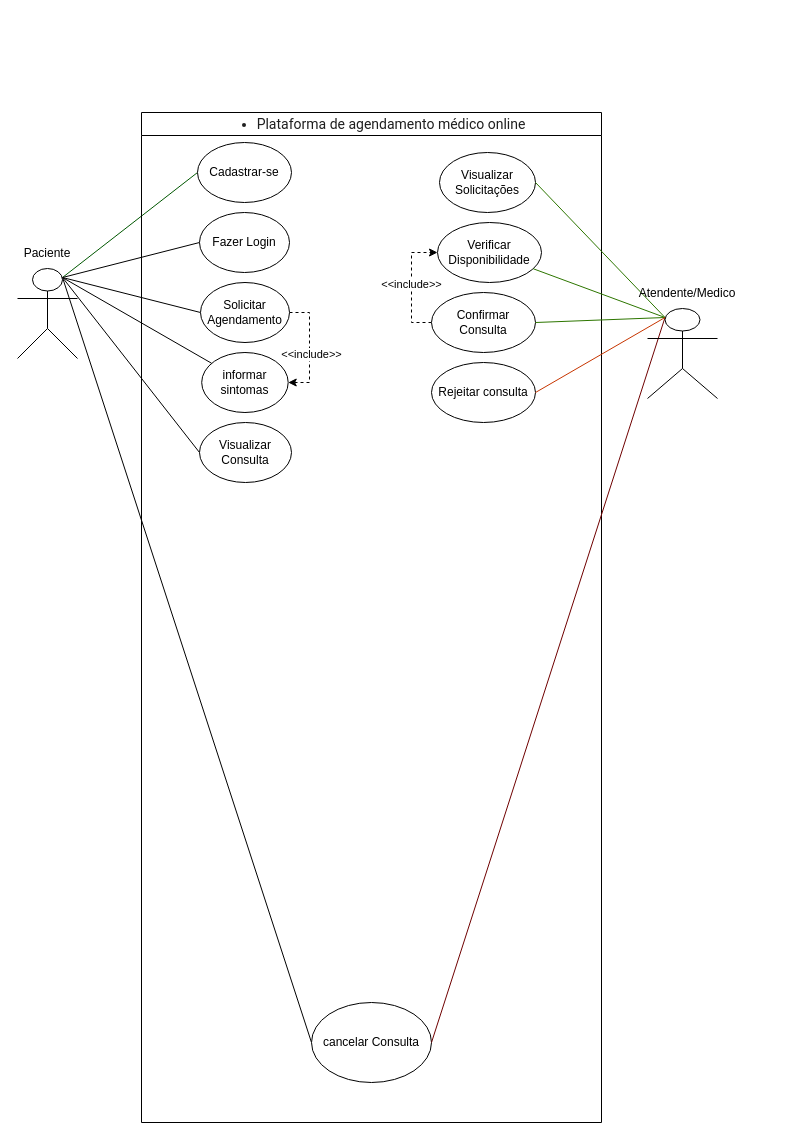
tailanf1/Aula-de-Diagrama-de-Casos-de-Uso keeps this draw.io diagram as Plataforma de agendamento médico onlin.drawio. Above is the earlier version. Source tidied: cells renumbered, new cells numbered last; positions are measured from the earlier drawing's top-left corner, leaving out a move shared by most shapes. Both pictures are drawn from the tidied source at 100%, with x=0, y=0 at pixel (17, 112).
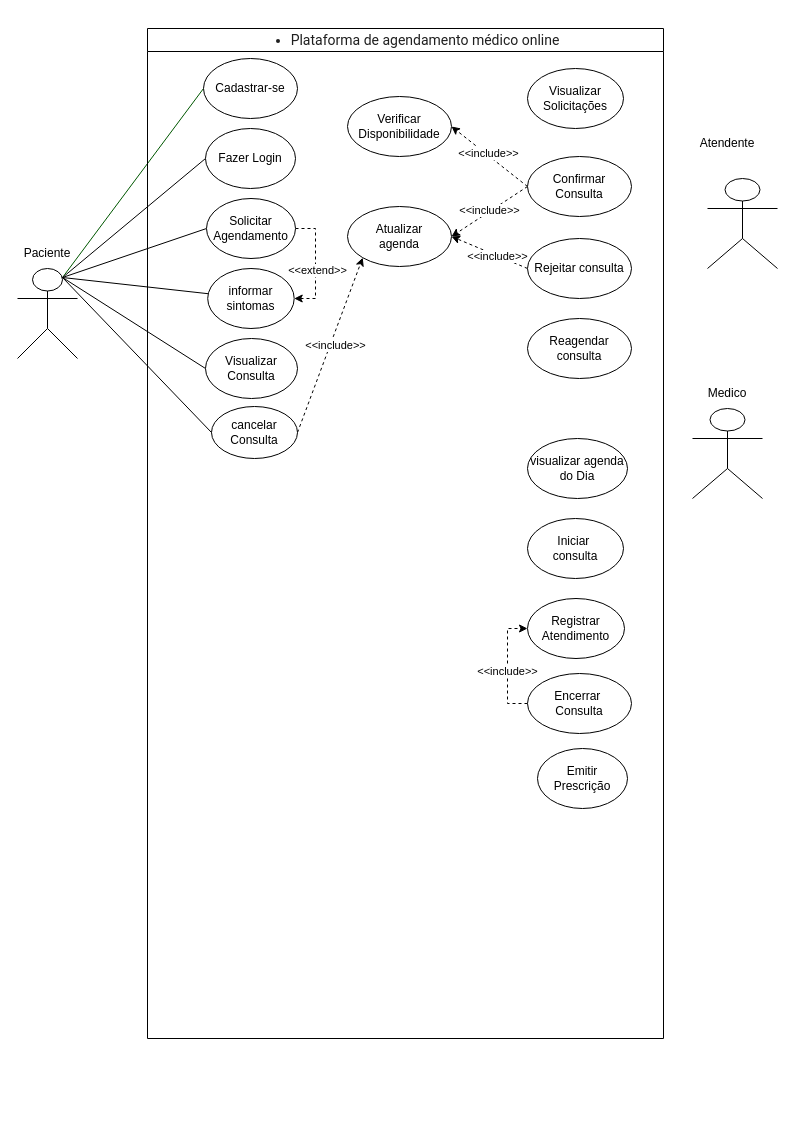
After the change.

The change refers to these unchanged cells:
```xml
<mxCell id="8" style="shape=umlActor;verticalLabelPosition=bottom;verticalAlign=top;html=1;outlineConnect=0;" parent="1" vertex="1">
  <mxGeometry y="156" width="60" height="90" as="geometry" />
</mxCell>
<mxCell id="11" style="edgeStyle=orthogonalEdgeStyle;rounded=0;jettySize=auto;html=1;exitX=1;exitY=0.5;exitDx=0;exitDy=0;entryX=1;entryY=0.5;entryDx=0;entryDy=0;dashed=1;" parent="9" edge="1" source="13" target="15">
  <mxGeometry relative="1" as="geometry" />
</mxCell>
```

Change to the diagram source:
```diff
@@
-    <mxCell id="3" style="rounded=0;jettySize=auto;html=1;exitX=0.75;exitY=0.1;exitDx=0;exitDy=0;exitPerimeter=0;entryX=0;entryY=0.5;entryDx=0;entryDy=0;strokeColor=light-dark(#000000,#FF0000);endArrow=none;endFill=0;" parent="1" edge="1" source="8" target="20">
-      <mxGeometry relative="1" as="geometry" />
-    </mxCell>
@@
     <mxCell id="9" value="&lt;ul style=&quot;-webkit-tap-highlight-color: transparent; list-style-position: initial; list-style-image: initial; margin: 1em 0px; padding: 0px 0px 0px 40px; color: rgb(31, 31, 31); font-family: &amp;quot;Google Sans&amp;quot;, Roboto, Arial, sans-serif; font-size: 14px; font-weight: 400; text-align: start; background-color: rgb(255, 255, 255);&quot;&gt;&lt;li style=&quot;-webkit-tap-highlight-color: transparent;&quot;&gt;Plataforma de agendamento&amp;nbsp;médico online&lt;/li&gt;&lt;/ul&gt;" style="swimlane;whiteSpace=wrap;html=1;" parent="1" vertex="1">
-      <mxGeometry x="124" width="460" height="1010" as="geometry" />
+      <mxGeometry x="130" y="-84" width="516" height="1010" as="geometry" />
     </mxCell>
@@
-    <mxCell id="12" value="&amp;lt;&amp;lt;include&amp;gt;&amp;gt;" style="edgeLabel;html=1;align=center;verticalAlign=middle;" parent="11" vertex="1">
+    <mxCell id="12" value="&amp;lt;&amp;lt;extend&amp;gt;&amp;gt;" style="edgeLabel;html=1;align=center;verticalAlign=middle;" parent="11" vertex="1">
       <mxGeometry x="0.09" y="1" relative="1" as="geometry" />
     </mxCell>
@@
     <mxCell id="16" value="Visualizar Solicitações" style="ellipse;whiteSpace=wrap;html=1;" parent="9" vertex="1">
-      <mxGeometry x="298" y="40" width="96" height="60" as="geometry" />
+      <mxGeometry x="380" y="40" width="96" height="60" as="geometry" />
     </mxCell>
     <mxCell id="17" value="Verificar Disponibilidade" style="ellipse;whiteSpace=wrap;html=1;" parent="9" vertex="1">
-      <mxGeometry x="296" y="110" width="104" height="60" as="geometry" />
+      <mxGeometry x="200" y="68" width="104" height="60" as="geometry" />
     </mxCell>
-    <mxCell id="18" value="&amp;lt;&amp;lt;include&amp;gt;&amp;gt;" style="edgeStyle=orthogonalEdgeStyle;rounded=0;jettySize=auto;html=1;exitX=0;exitY=0.5;exitDx=0;exitDy=0;entryX=0;entryY=0.5;entryDx=0;entryDy=0;dashed=1;" parent="9" edge="1" source="19" target="17">
+    <mxCell id="18" style="rounded=0;jettySize=auto;html=1;exitX=0;exitY=0.5;exitDx=0;exitDy=0;entryX=1;entryY=0.5;entryDx=0;entryDy=0;dashed=1;" parent="9" edge="1" source="19" target="17">
       <mxGeometry relative="1" as="geometry" />
     </mxCell>
+    <mxCell id="31" value="&amp;lt;&amp;lt;include&amp;gt;&amp;gt;" style="edgeLabel;html=1;align=center;verticalAlign=middle;" parent="18" vertex="1">
+      <mxGeometry x="0.05" y="-3" relative="1" as="geometry">
+        <mxPoint x="-1" as="offset" />
+      </mxGeometry>
+    </mxCell>
+    <mxCell id="32" style="rounded=0;jettySize=auto;html=1;exitX=0;exitY=0.5;exitDx=0;exitDy=0;entryX=1;entryY=0.5;entryDx=0;entryDy=0;dashed=1;" parent="9" edge="1" source="19" target="36">
+      <mxGeometry relative="1" as="geometry" />
+    </mxCell>
+    <mxCell id="33" value="&amp;lt;&amp;lt;include&amp;gt;&amp;gt;" style="edgeLabel;html=1;align=center;verticalAlign=middle;" parent="32" vertex="1">
+      <mxGeometry x="-0.01" y="-2" relative="1" as="geometry" />
+    </mxCell>
     <mxCell id="19" value="Confirmar Consulta" style="ellipse;whiteSpace=wrap;html=1;" parent="9" vertex="1">
-      <mxGeometry x="290" y="180" width="104" height="60" as="geometry" />
+      <mxGeometry x="380" y="128" width="104" height="60" as="geometry" />
     </mxCell>
+    <mxCell id="21" value="Visualizar Consulta" style="ellipse;whiteSpace=wrap;html=1;" parent="9" vertex="1">
+      <mxGeometry x="58" y="310" width="92" height="60" as="geometry" />
+    </mxCell>
+    <mxCell id="34" style="rounded=0;jettySize=auto;html=1;exitX=0;exitY=0.5;exitDx=0;exitDy=0;entryX=1;entryY=0.5;entryDx=0;entryDy=0;dashed=1;" parent="9" edge="1" source="22" target="36">
+      <mxGeometry relative="1" as="geometry" />
+    </mxCell>
+    <mxCell id="35" value="&amp;lt;&amp;lt;include&amp;gt;&amp;gt;" style="edgeLabel;html=1;align=center;verticalAlign=middle;" parent="34" vertex="1">
+      <mxGeometry x="-0.19" relative="1" as="geometry" />
+    </mxCell>
+    <mxCell id="22" value="Rejeitar consulta" style="ellipse;whiteSpace=wrap;html=1;" parent="9" vertex="1">
+      <mxGeometry x="380" y="210" width="104" height="60" as="geometry" />
+    </mxCell>
+    <mxCell id="36" value="Atualizar&lt;div&gt;agenda&lt;/div&gt;" style="ellipse;whiteSpace=wrap;html=1;" parent="9" vertex="1">
+      <mxGeometry x="200" y="178" width="104" height="60" as="geometry" />
+    </mxCell>
+    <mxCell id="37" style="rounded=0;jettySize=auto;html=1;exitX=1;exitY=0.5;exitDx=0;exitDy=0;entryX=0;entryY=1;entryDx=0;entryDy=0;dashed=1;" parent="9" edge="1" source="20" target="36">
+      <mxGeometry relative="1" as="geometry" />
+    </mxCell>
+    <mxCell id="38" value="&amp;lt;&amp;lt;include&amp;gt;&amp;gt;" style="edgeLabel;html=1;align=center;verticalAlign=middle;" parent="37" vertex="1">
+      <mxGeometry x="0.02" y="-5" relative="1" as="geometry" />
+    </mxCell>
     <mxCell id="20" value="cancelar Consulta" style="ellipse;whiteSpace=wrap;html=1;" parent="9" vertex="1">
-      <mxGeometry x="170" y="890" width="120" height="80" as="geometry" />
+      <mxGeometry x="64" y="378" width="86" height="52" as="geometry" />
     </mxCell>
-    <mxCell id="21" value="Visualizar Consulta" style="ellipse;whiteSpace=wrap;html=1;" parent="9" vertex="1">
-      <mxGeometry x="58" y="310" width="92" height="60" as="geometry" />
-    </mxCell>
-    <mxCell id="22" value="Rejeitar consulta" style="ellipse;whiteSpace=wrap;html=1;" parent="9" vertex="1">
-      <mxGeometry x="290" y="250" width="104" height="60" as="geometry" />
-    </mxCell>
-    <mxCell id="23" style="rounded=0;jettySize=auto;html=1;exitX=0.25;exitY=0.1;exitDx=0;exitDy=0;exitPerimeter=0;entryX=1;entryY=0.5;entryDx=0;entryDy=0;fillColor=#60a917;strokeColor=light-dark(#2D7600,#00FF00);endArrow=none;endFill=0;" parent="1" edge="1" source="27" target="16">
-      <mxGeometry relative="1" as="geometry" />
-    </mxCell>
-    <mxCell id="24" style="rounded=0;jettySize=auto;html=1;exitX=0.25;exitY=0.1;exitDx=0;exitDy=0;exitPerimeter=0;fillColor=#60a917;strokeColor=light-dark(#2D7600,#00FF00);endArrow=none;endFill=0;" parent="1" edge="1" source="27" target="17">
-      <mxGeometry relative="1" as="geometry" />
-    </mxCell>
-    <mxCell id="25" style="rounded=0;jettySize=auto;html=1;exitX=0.25;exitY=0.1;exitDx=0;exitDy=0;exitPerimeter=0;entryX=1;entryY=0.5;entryDx=0;entryDy=0;fillColor=#60a917;strokeColor=light-dark(#2D7600,#00FF00);endArrow=none;endFill=0;" parent="1" edge="1" source="27" target="19">
-      <mxGeometry relative="1" as="geometry" />
-    </mxCell>
-    <mxCell id="26" style="rounded=0;jettySize=auto;html=1;exitX=0.25;exitY=0.1;exitDx=0;exitDy=0;exitPerimeter=0;entryX=1;entryY=0.5;entryDx=0;entryDy=0;fillColor=#a20025;strokeColor=light-dark(#6F0000,#FF0000);endArrow=none;endFill=0;" parent="1" edge="1" source="27" target="20">
-      <mxGeometry relative="1" as="geometry" />
-    </mxCell>
+    <mxCell id="39" value="Reagendar consulta" style="ellipse;whiteSpace=wrap;html=1;" parent="9" vertex="1">
+      <mxGeometry x="380" y="290" width="104" height="60" as="geometry" />
+    </mxCell>
+    <mxCell id="40" value="visualizar agenda do Dia" style="ellipse;whiteSpace=wrap;html=1;" parent="9" vertex="1">
+      <mxGeometry x="380" y="410" width="100" height="60" as="geometry" />
+    </mxCell>
+    <mxCell id="41" value="Iniciar&amp;nbsp;&lt;div&gt;consulta&lt;/div&gt;" style="ellipse;whiteSpace=wrap;html=1;" parent="9" vertex="1">
+      <mxGeometry x="380" y="490" width="96" height="60" as="geometry" />
+    </mxCell>
+    <mxCell id="42" value="Registrar Atendimento" style="ellipse;whiteSpace=wrap;html=1;" parent="9" vertex="1">
+      <mxGeometry x="380" y="570" width="97" height="60" as="geometry" />
+    </mxCell>
+    <mxCell id="43" style="edgeStyle=orthogonalEdgeStyle;rounded=0;jettySize=auto;html=1;exitX=0;exitY=0.5;exitDx=0;exitDy=0;entryX=0;entryY=0.5;entryDx=0;entryDy=0;dashed=1;" parent="9" edge="1" source="45" target="42">
+      <mxGeometry relative="1" as="geometry" />
+    </mxCell>
+    <mxCell id="44" value="&amp;lt;&amp;lt;include&amp;gt;&amp;gt;" style="edgeLabel;html=1;align=center;verticalAlign=middle;" parent="43" vertex="1">
+      <mxGeometry x="-0.07" y="1" relative="1" as="geometry" />
+    </mxCell>
+    <mxCell id="45" value="Encerrar&amp;nbsp;&lt;div&gt;Consulta&lt;/div&gt;" style="ellipse;whiteSpace=wrap;html=1;" parent="9" vertex="1">
+      <mxGeometry x="380" y="645" width="104" height="60" as="geometry" />
+    </mxCell>
+    <mxCell id="46" value="Emitir&lt;div&gt;Prescrição&lt;/div&gt;" style="ellipse;whiteSpace=wrap;html=1;" parent="9" vertex="1">
+      <mxGeometry x="390" y="720" width="90" height="60" as="geometry" />
+    </mxCell>
     <mxCell id="27" style="shape=umlActor;verticalLabelPosition=bottom;verticalAlign=top;html=1;outlineConnect=0;" parent="1" vertex="1">
-      <mxGeometry x="630" y="196" width="70" height="90" as="geometry" />
+      <mxGeometry x="690" y="66" width="70" height="90" as="geometry" />
     </mxCell>
-    <mxCell id="28" value="Atendente/Medico" style="text;html=1;whiteSpace=wrap;strokeColor=none;fillColor=none;align=center;verticalAlign=middle;rounded=0;" parent="1" vertex="1">
-      <mxGeometry x="640" y="166" width="60" height="30" as="geometry" />
+    <mxCell id="28" value="Atendente" style="text;html=1;whiteSpace=wrap;strokeColor=none;fillColor=none;align=center;verticalAlign=middle;rounded=0;" parent="1" vertex="1">
+      <mxGeometry x="680" y="16" width="60" height="30" as="geometry" />
     </mxCell>
@@
-    <mxCell id="30" style="rounded=0;jettySize=auto;html=1;exitX=0.25;exitY=0.1;exitDx=0;exitDy=0;exitPerimeter=0;entryX=1;entryY=0.5;entryDx=0;entryDy=0;fillColor=#fa6800;strokeColor=light-dark(#C73500,#FF8000);endArrow=none;endFill=0;" parent="1" edge="1" source="27" target="22">
-      <mxGeometry relative="1" as="geometry" />
-    </mxCell>
+    <mxCell id="47" style="rounded=0;jettySize=auto;html=1;exitX=0;exitY=0.5;exitDx=0;exitDy=0;entryX=0.75;entryY=0.1;entryDx=0;entryDy=0;entryPerimeter=0;endArrow=none;endFill=0;" parent="1" edge="1" source="20" target="8">
+      <mxGeometry relative="1" as="geometry" />
+    </mxCell>
+    <mxCell id="48" style="shape=umlActor;verticalLabelPosition=bottom;verticalAlign=top;html=1;" parent="1" vertex="1">
+      <mxGeometry x="675" y="296" width="70" height="90" as="geometry" />
+    </mxCell>
+    <mxCell id="49" value="Medico" style="text;html=1;whiteSpace=wrap;strokeColor=none;fillColor=none;align=center;verticalAlign=middle;rounded=0;" parent="1" vertex="1">
+      <mxGeometry x="680" y="266" width="60" height="30" as="geometry" />
+    </mxCell>
```
